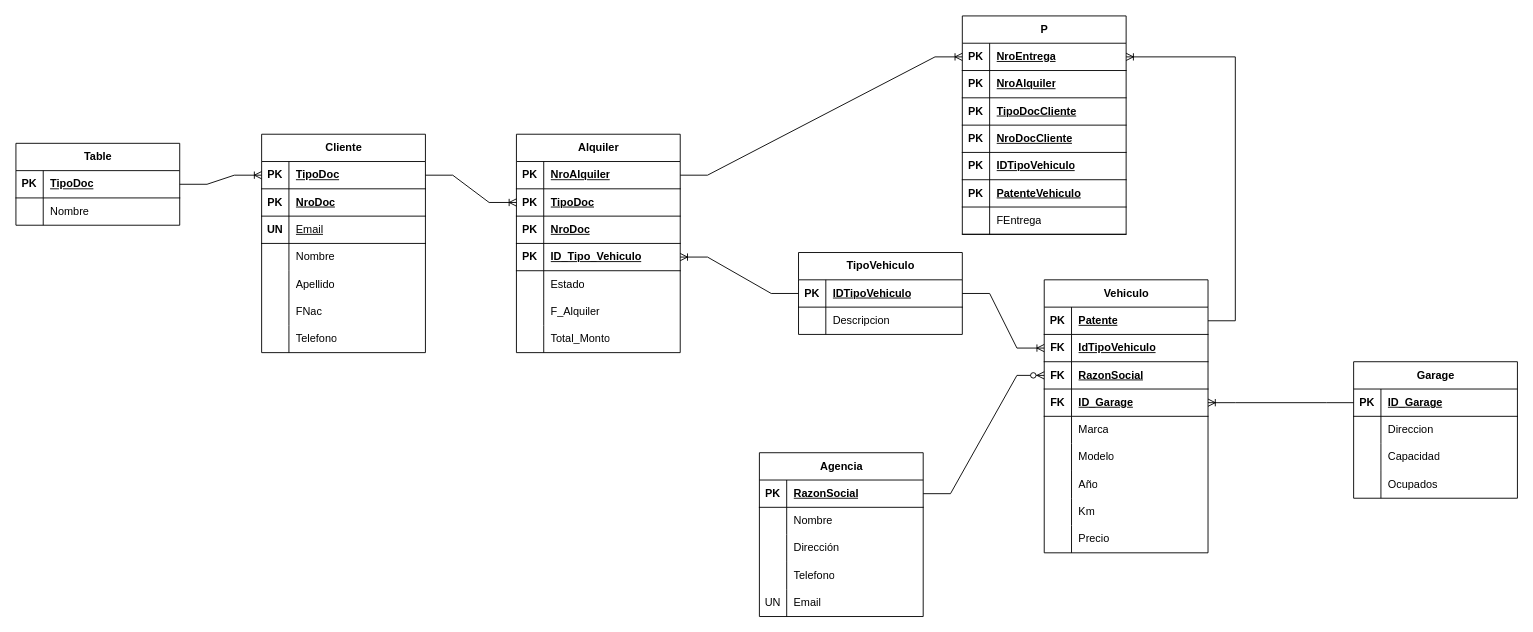
FedeManzano/proyectos-sql keeps this draw.io diagram as db_alquileres_vehiculos/mod/der_aquileres.drawio. Above is the earlier version. Source tidied: cells renumbered, new cells numbered last; positions are measured from the earlier drawing's top-left corner, leaving out a move shared by most shapes. Both pictures are drawn from the tidied source at 91%, with x=0, y=0 at pixel (15, 15).
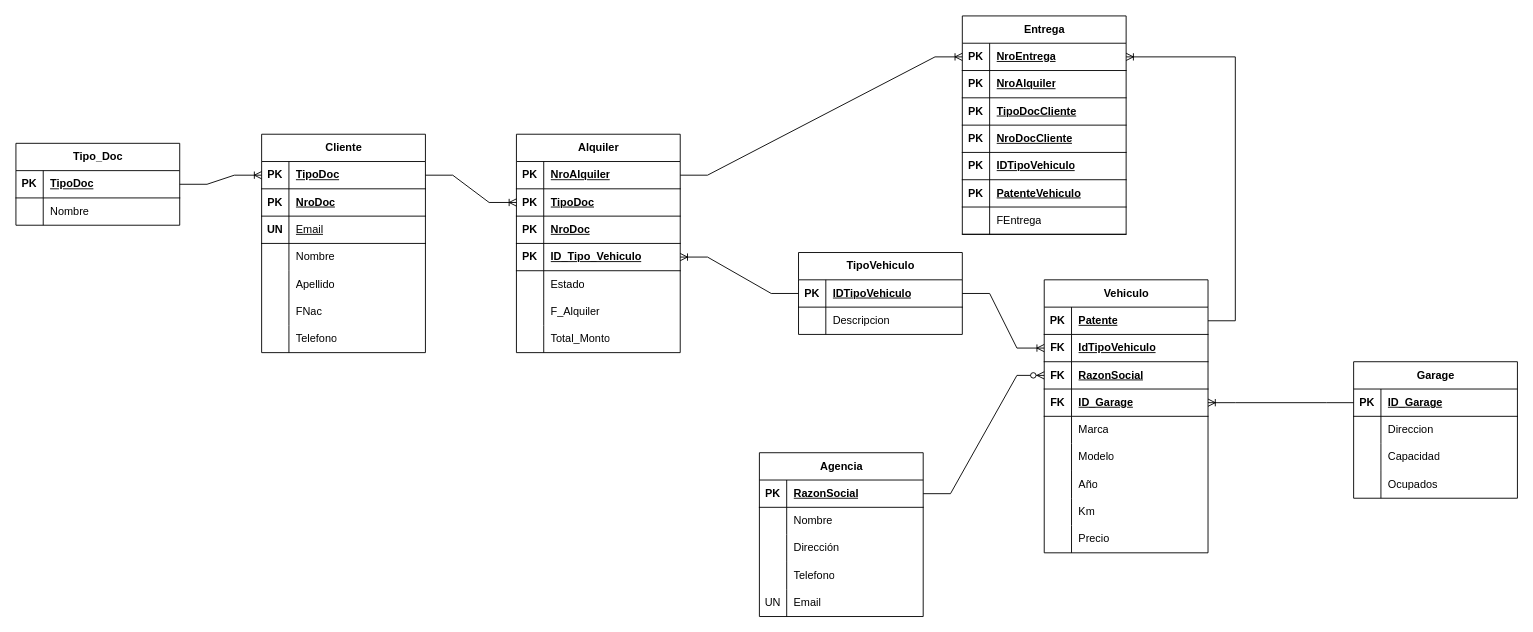
Above is the later version.

What changed in the source:
```diff
@@
-    <mxCell id="55" value="P" style="shape=table;startSize=30;childLayout=tableLayout;rowLines=0;fontStyle=1;align=center;html=1;" parent="1" vertex="1">
+    <mxCell id="55" value="Entrega" style="shape=table;startSize=30;childLayout=tableLayout;rowLines=0;fontStyle=1;align=center;html=1;" parent="1" vertex="1">
       <mxGeometry x="1040" width="180" height="240" as="geometry" />
     </mxCell>
@@
-    <mxCell id="144" value="Table" style="shape=table;startSize=30;childLayout=tableLayout;rowLines=0;fontStyle=1;align=center;html=1;" parent="1" vertex="1">
+    <mxCell id="144" value="Tipo_Doc" style="shape=table;startSize=30;childLayout=tableLayout;rowLines=0;fontStyle=1;align=center;html=1;" parent="1" vertex="1">
       <mxGeometry y="140" width="180" height="90" as="geometry" />
     </mxCell>
```
